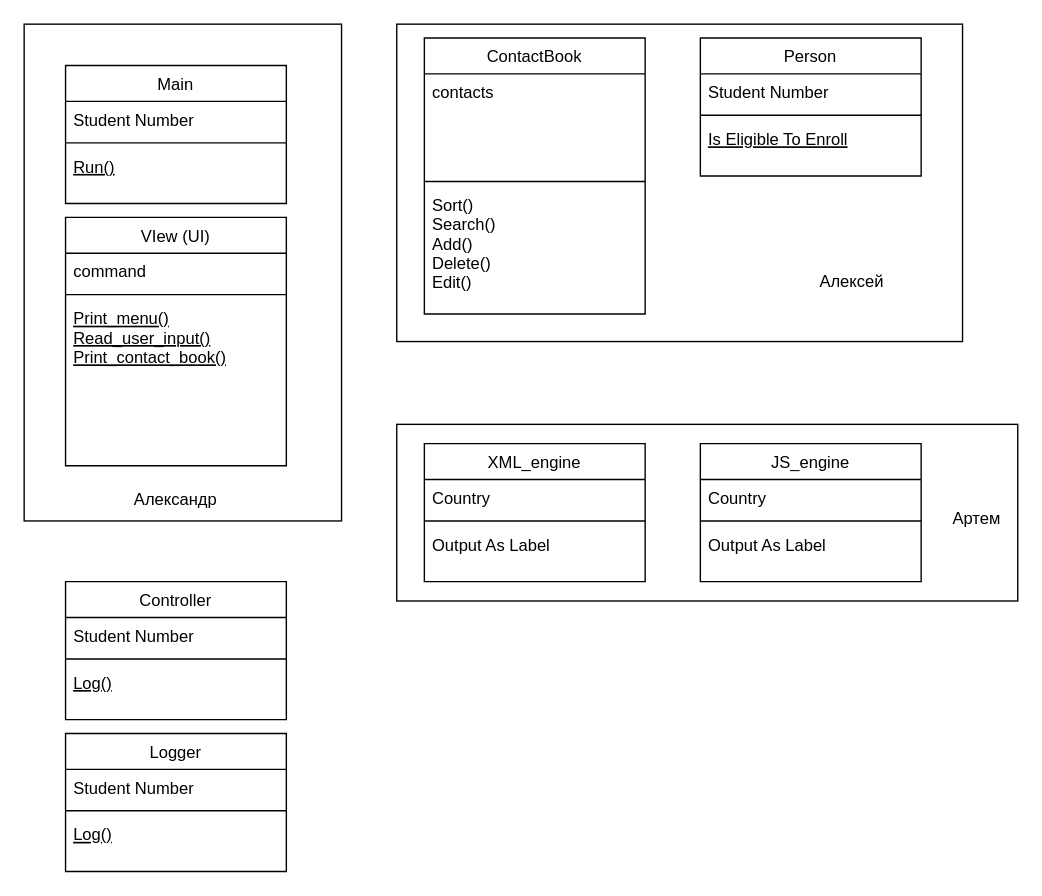
Before: PhoneBook/cd.drawio in Artlaptev/GBProject, a draw.io diagram. Source tidied: cells renumbered, new cells numbered last; positions are measured from the earlier drawing's top-left corner, leaving out a move shared by most shapes. Both pictures are drawn from the tidied source at 138%, with x=0, y=0 at pixel (23, 23).
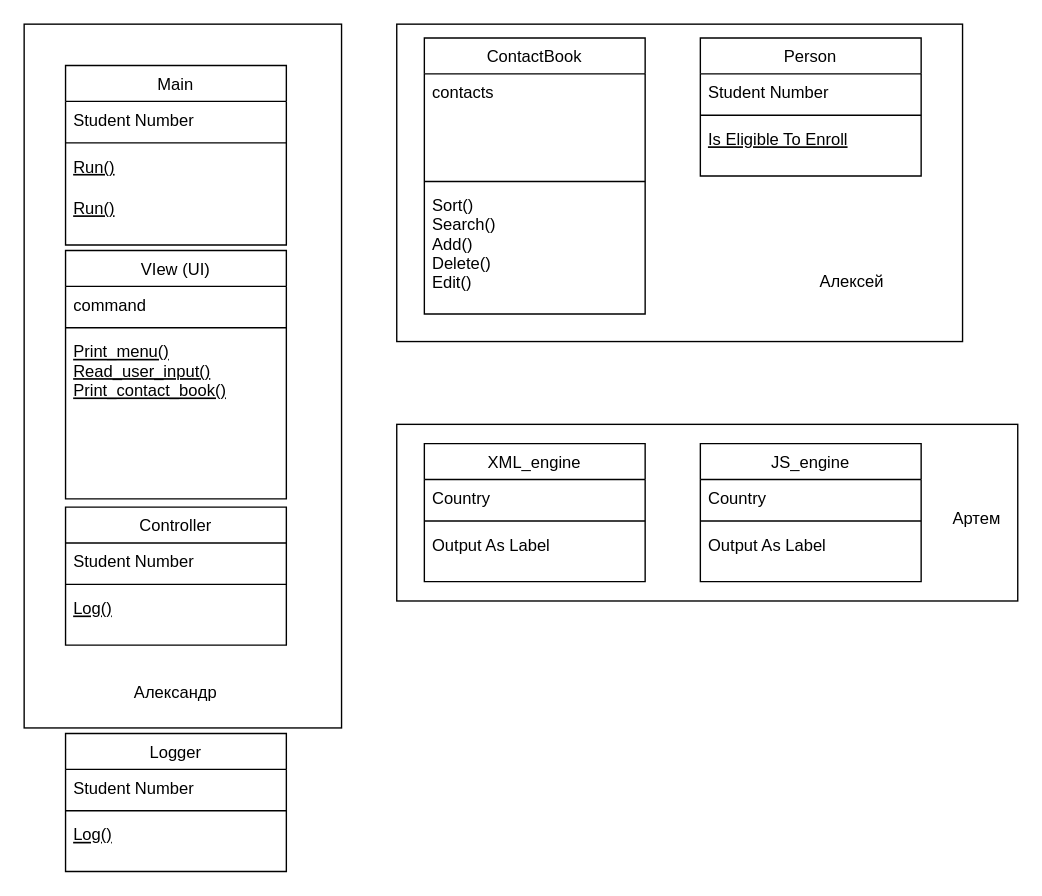
The same diagram, later.

Commit message (it also covers changes not shown here):
подправлена диаграмма

Diff of the diagram source:
```diff
@@
     <mxCell id="2" style="rounded=0;whiteSpace=wrap;html=1;" parent="1" vertex="1">
-      <mxGeometry width="230" height="360" as="geometry" />
+      <mxGeometry width="230" height="510" as="geometry" />
     </mxCell>
@@
     <mxCell id="25" value="VIew (UI)" style="swimlane;fontStyle=0;align=center;verticalAlign=top;horizontal=1;startSize=26;rounded=0;shadow=0;strokeWidth=1;" parent="1" vertex="1">
-      <mxGeometry x="30" y="140" width="160" height="180" as="geometry" />
+      <mxGeometry x="30" y="164" width="160" height="180" as="geometry" />
     </mxCell>
@@
     <mxCell id="29" value="Main" style="swimlane;fontStyle=0;align=center;verticalAlign=top;horizontal=1;startSize=26;rounded=0;shadow=0;strokeWidth=1;" parent="1" vertex="1">
-      <mxGeometry x="30" y="30" width="160" height="100" as="geometry" />
+      <mxGeometry x="30" y="30" width="160" height="130" as="geometry" />
     </mxCell>
@@
     <mxCell id="33" value="Controller" style="swimlane;fontStyle=0;align=center;verticalAlign=top;horizontal=1;startSize=26;rounded=0;shadow=0;strokeWidth=1;" parent="1" vertex="1">
-      <mxGeometry x="30" y="404" width="160" height="100" as="geometry" />
+      <mxGeometry x="30" y="350" width="160" height="100" as="geometry" />
     </mxCell>
@@
     <mxCell id="39" value="Александр" style="text;html=1;strokeColor=none;fillColor=none;align=center;verticalAlign=middle;whiteSpace=wrap;rounded=0;" parent="1" vertex="1">
-      <mxGeometry x="80" y="330" width="60" height="30" as="geometry" />
+      <mxGeometry x="80" y="470" width="60" height="30" as="geometry" />
     </mxCell>
+    <mxCell id="40" value="Run()" style="text;align=left;verticalAlign=top;spacingLeft=4;spacingRight=4;overflow=hidden;fontStyle=4;" parent="1" vertex="1">
+      <mxGeometry x="30" y="120" width="160" height="26" as="geometry" />
+    </mxCell>
```
